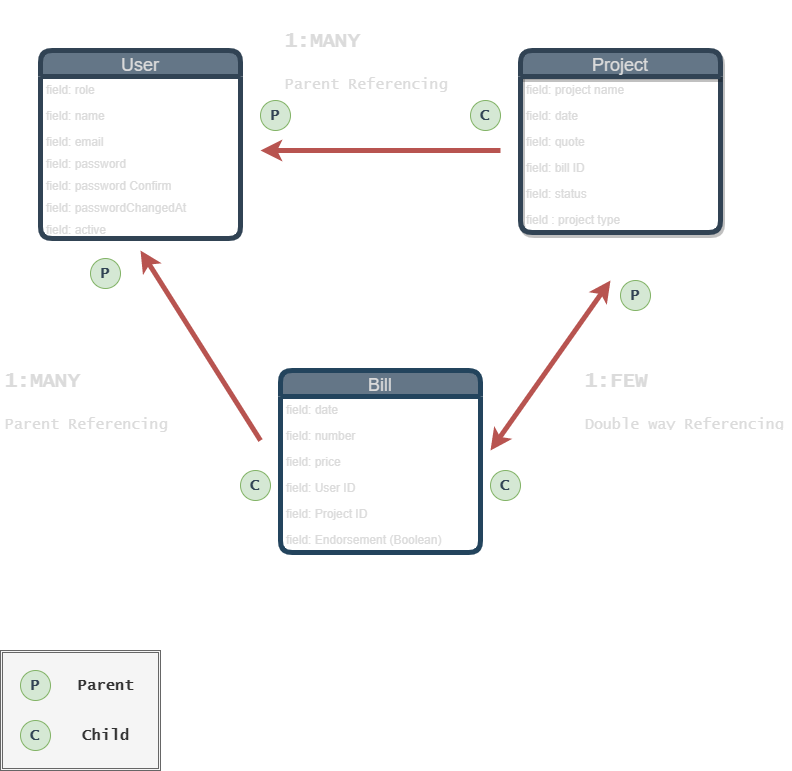
Above: Data Model.drawio.png in nasfernane/chill-panda (draw.io), before the change. Source tidied: cells renumbered, new cells last; positions are measured from the earlier drawing's top-left corner, leaving out a move shared by most shapes.
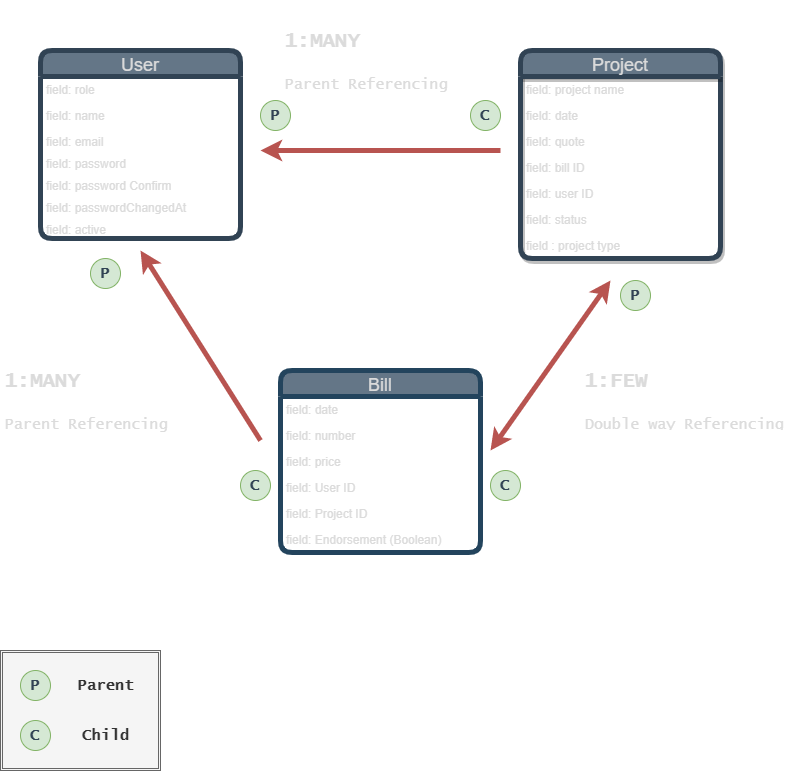
The same diagram one commit later.

Change to the diagram source:
```diff
@@ -27,7 +27,7 @@
       <mxGeometry y="166" width="200" height="22" as="geometry" />
     </mxCell>
     <mxCell id="10" value="Project" style="swimlane;fontStyle=0;horizontal=1;startSize=26;strokeColor=#314354;rounded=1;shadow=1;strokeWidth=5;fillColor=#647687;fontSize=18;fontColor=#DBDBDB;" parent="1" vertex="1">
-      <mxGeometry x="520" y="40" width="200" height="182" as="geometry" />
+      <mxGeometry x="520" y="40" width="200" height="208" as="geometry" />
     </mxCell>
     <mxCell id="11" value="field: project name" style="text;strokeColor=none;fillColor=none;align=left;verticalAlign=top;spacingLeft=4;spacingRight=4;overflow=hidden;fontColor=#DBDBDB;" parent="10" vertex="1">
       <mxGeometry y="26" width="200" height="26" as="geometry" />
@@ -41,11 +41,14 @@
     <mxCell id="14" value="field: bill ID" style="text;strokeColor=none;fillColor=none;align=left;verticalAlign=top;spacingLeft=4;spacingRight=4;overflow=hidden;fontColor=#DBDBDB;" parent="10" vertex="1">
       <mxGeometry y="104" width="200" height="26" as="geometry" />
     </mxCell>
+    <mxCell id="41" value="field: user ID" style="text;strokeColor=none;fillColor=none;align=left;verticalAlign=top;spacingLeft=4;spacingRight=4;overflow=hidden;fontColor=#DBDBDB;" parent="10" vertex="1">
+      <mxGeometry y="130" width="200" height="26" as="geometry" />
+    </mxCell>
     <mxCell id="15" value="field: status" style="text;strokeColor=none;fillColor=none;align=left;verticalAlign=top;spacingLeft=4;spacingRight=4;overflow=hidden;fontColor=#DBDBDB;" parent="10" vertex="1">
-      <mxGeometry y="130" width="200" height="26" as="geometry" />
+      <mxGeometry y="156" width="200" height="26" as="geometry" />
     </mxCell>
     <mxCell id="16" value="field : project type" style="text;strokeColor=none;fillColor=none;align=left;verticalAlign=top;spacingLeft=4;spacingRight=4;overflow=hidden;fontColor=#DBDBDB;" parent="10" vertex="1">
-      <mxGeometry y="156" width="200" height="26" as="geometry" />
+      <mxGeometry y="182" width="200" height="26" as="geometry" />
     </mxCell>
     <mxCell id="17" value="Bill" style="swimlane;fontStyle=0;horizontal=1;startSize=26;rounded=1;strokeWidth=5;strokeColor=#23445d;fillColor=#647687;fontSize=18;fontColor=#DBDBDB;" parent="1" vertex="1">
       <mxGeometry x="280" y="360" width="200" height="182" as="geometry" />
```
